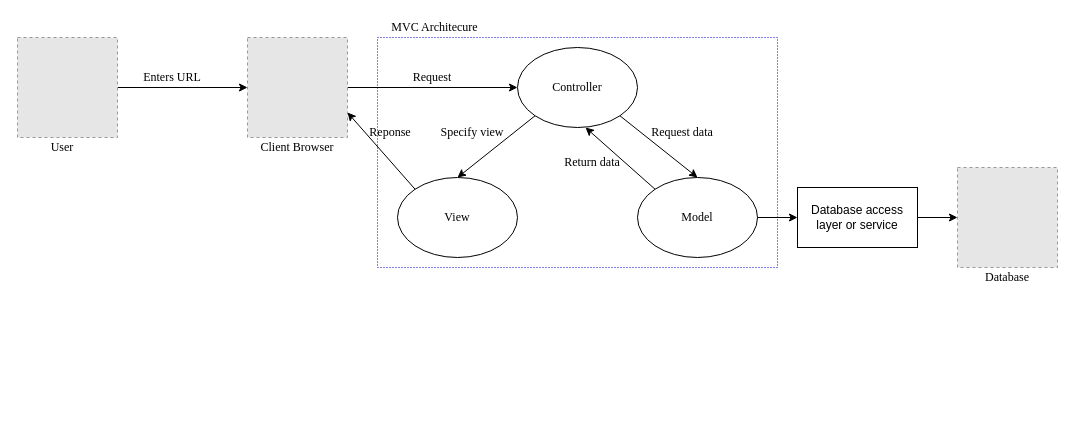
CorrieScheepers/Masters keeps this draw.io diagram as Images/Chapter2/Flow_MVC_Architecture/Flow_MVC_Architecture.drawio. Above is the earlier version. Source tidied: cells renumbered, new cells numbered last; positions are measured from the earlier drawing's top-left corner, leaving out a move shared by most shapes. Both pictures are drawn from the tidied source at 100%, with x=0, y=0 at pixel (17, 17). Pictures stored in the file or linked from it are replaced by grey dashed boxes.
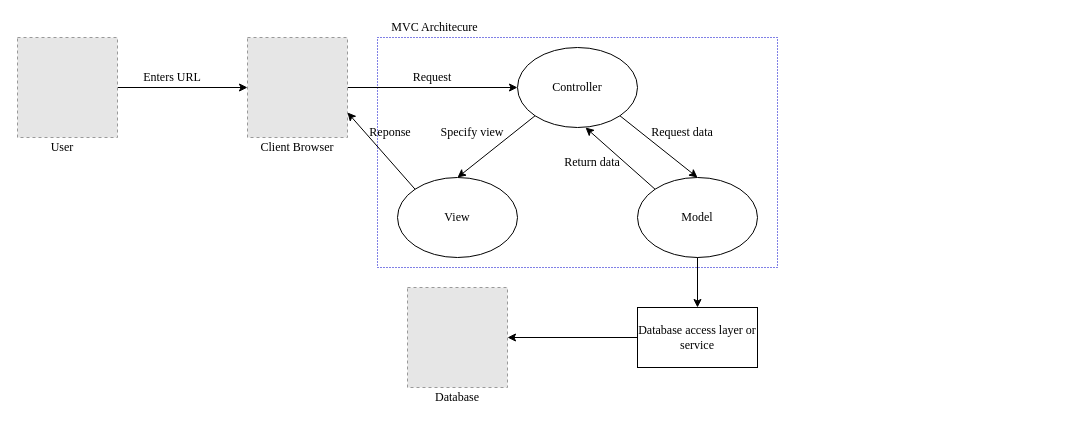
After the change.

The change refers to these unchanged cells:
```xml
<mxCell id="6" style="fillColor=#E6E6E6;strokeColor=#999999;dashed=1;verticalLabelPosition=bottom;verticalAlign=top;fontFamily=Times New Roman;" parent="1" vertex="1">
  <mxGeometry x="230" y="20" width="100" height="100" as="geometry" />
</mxCell>
<mxCell id="8" value="View" style="ellipse;whiteSpace=wrap;html=1;fillColor=none;fontFamily=Times New Roman;" parent="1" vertex="1">
  <mxGeometry x="380" y="160" width="120" height="80" as="geometry" />
</mxCell>
<mxCell id="11" value="Model" style="ellipse;whiteSpace=wrap;html=1;fillColor=none;fontFamily=Times New Roman;" parent="1" vertex="1">
  <mxGeometry x="620" y="160" width="120" height="80" as="geometry" />
</mxCell>
```

What changed in the source:
```diff
@@
-    <mxCell id="2" style="rounded=0;whiteSpace=wrap;html=1;fillColor=none;dashed=1;dashPattern=1 2;strokeColor=#0000CC;" parent="1" vertex="1">
+    <mxCell id="2" style="rounded=0;whiteSpace=wrap;html=1;fillColor=none;dashed=1;dashPattern=1 2;strokeColor=#0000CC;fontFamily=Times New Roman;" parent="1" vertex="1">
       <mxGeometry x="360" y="20" width="400" height="230" as="geometry" />
     </mxCell>
@@
-    <mxCell id="7" style="edgeStyle=none;rounded=0;jettySize=auto;html=1;exitX=0;exitY=0;exitDx=0;exitDy=0;entryX=1;entryY=0.75;entryDx=0;entryDy=0;startArrow=none;startFill=0;" parent="1" edge="1" source="8" target="6">
+    <mxCell id="7" style="edgeStyle=none;rounded=0;jettySize=auto;html=1;exitX=0;exitY=0;exitDx=0;exitDy=0;entryX=1;entryY=0.75;entryDx=0;entryDy=0;startArrow=none;startFill=0;fontFamily=Times New Roman;" parent="1" edge="1" source="8" target="6">
       <mxGeometry relative="1" as="geometry" />
     </mxCell>
@@
-    <mxCell id="9" style="rounded=0;jettySize=auto;html=1;exitX=0;exitY=0;exitDx=0;exitDy=0;startArrow=none;startFill=0;" parent="1" edge="1" source="11">
+    <mxCell id="9" style="rounded=0;jettySize=auto;html=1;exitX=0;exitY=0;exitDx=0;exitDy=0;startArrow=none;startFill=0;fontFamily=Times New Roman;" parent="1" edge="1" source="11">
       <mxGeometry relative="1" as="geometry">
         <mxPoint x="568" y="110" as="targetPoint" />
       </mxGeometry>
     </mxCell>
-    <mxCell id="10" style="edgeStyle=orthogonalEdgeStyle;rounded=0;jettySize=auto;html=1;exitX=1;exitY=0.5;exitDx=0;exitDy=0;entryX=0;entryY=0.5;entryDx=0;entryDy=0;" parent="1" edge="1" source="11" target="21">
+    <mxCell id="10" style="edgeStyle=orthogonalEdgeStyle;rounded=0;jettySize=auto;html=1;exitX=0.5;exitY=1;exitDx=0;exitDy=0;entryX=0.5;entryY=0;entryDx=0;entryDy=0;fontFamily=Times New Roman;" parent="1" edge="1" source="11" target="21">
       <mxGeometry relative="1" as="geometry" />
     </mxCell>
@@
-    <mxCell id="20" style="edgeStyle=orthogonalEdgeStyle;rounded=0;jettySize=auto;html=1;exitX=1;exitY=0.5;exitDx=0;exitDy=0;" parent="1" edge="1" source="21" target="27">
+    <mxCell id="20" style="edgeStyle=orthogonalEdgeStyle;rounded=0;jettySize=auto;html=1;fontFamily=Times New Roman;" parent="1" edge="1" source="21" target="27">
       <mxGeometry relative="1" as="geometry" />
     </mxCell>
-    <mxCell id="21" value="Database access layer or service" style="rounded=0;whiteSpace=wrap;html=1;fillColor=none;" parent="1" vertex="1">
-      <mxGeometry x="780" y="170" width="120" height="60" as="geometry" />
+    <mxCell id="21" value="Database access layer or service" style="rounded=0;whiteSpace=wrap;html=1;fillColor=none;fontFamily=Times New Roman;" parent="1" vertex="1">
+      <mxGeometry x="620" y="290" width="120" height="60" as="geometry" />
     </mxCell>
     <mxCell id="22" value="Database" style="text;html=1;strokeColor=none;fillColor=none;align=center;verticalAlign=middle;whiteSpace=wrap;rounded=0;fontFamily=Times New Roman;" parent="1" vertex="1">
-      <mxGeometry x="945" y="250" width="90" height="20" as="geometry" />
+      <mxGeometry x="395" y="370" width="90" height="20" as="geometry" />
     </mxCell>
@@
-    <mxCell id="27" style="fillColor=#E6E6E6;strokeColor=#999999;dashed=1;verticalLabelPosition=bottom;verticalAlign=top;" parent="1" vertex="1">
-      <mxGeometry x="940" y="150" width="100" height="100" as="geometry" />
+    <mxCell id="27" style="fillColor=#E6E6E6;strokeColor=#999999;dashed=1;verticalLabelPosition=bottom;verticalAlign=top;fontFamily=Times New Roman;" parent="1" vertex="1">
+      <mxGeometry x="390" y="270" width="100" height="100" as="geometry" />
     </mxCell>
```
